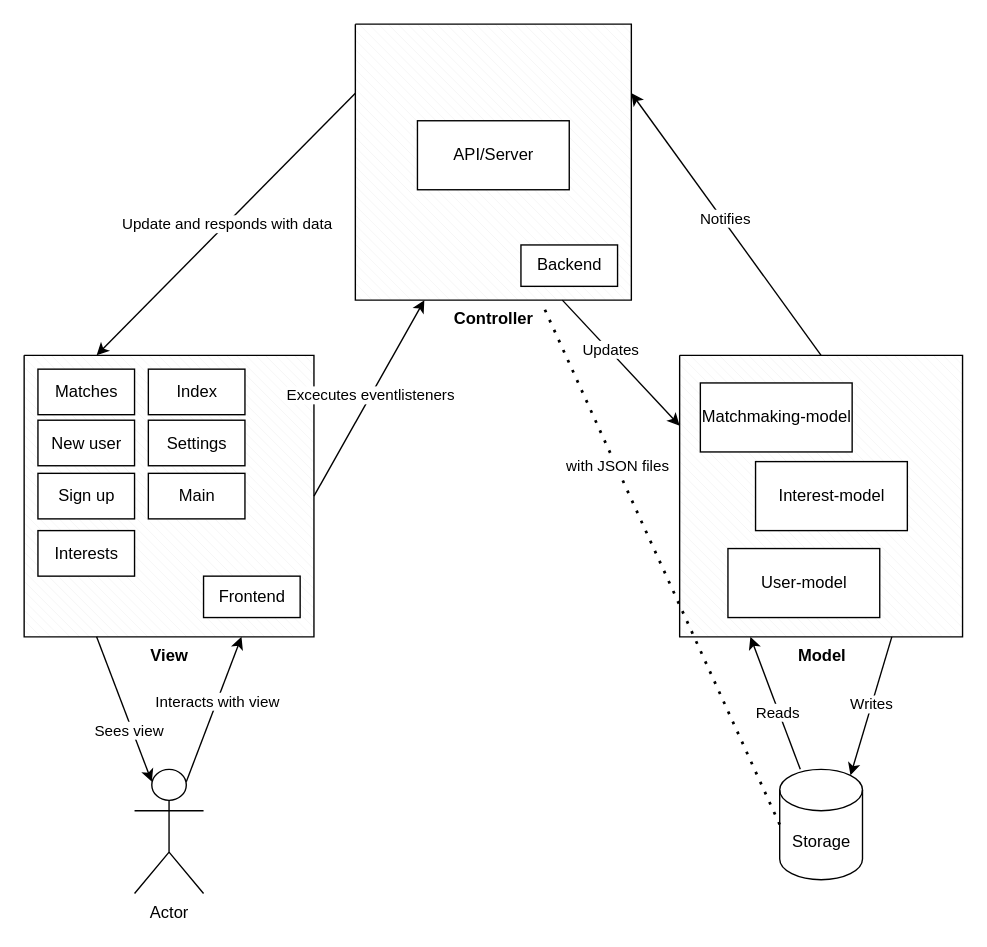
Above: page "MVC real" (1 of 7) of Untitled Diagram.drawio in aleude/godkendelsesopgave3 (draw.io), before the change. Source tidied: cells renumbered, new cells numbered last; positions are measured from the earlier drawing's top-left corner, leaving out a move shared by most shapes. Both pictures are drawn from the tidied source at 138%, with x=0, y=0 at pixel (23, 23).
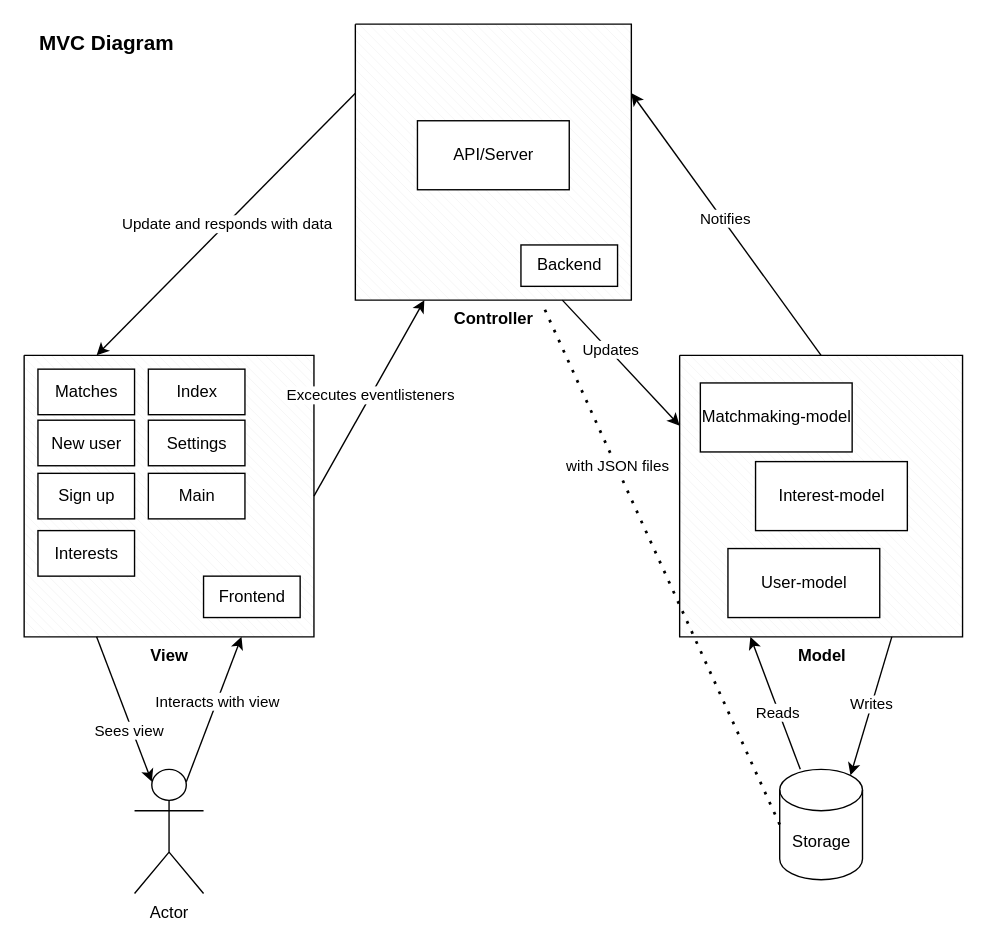
Above is the later version.

What changed in the source:
```diff
@@
+    <mxCell id="37" value="MVC Diagram" style="text;align=center;fontStyle=1;verticalAlign=middle;spacingLeft=3;spacingRight=3;strokeColor=none;fontSize=15;" parent="1" vertex="1">
+      <mxGeometry x="20" width="80" height="26" as="geometry" />
+    </mxCell>
```
